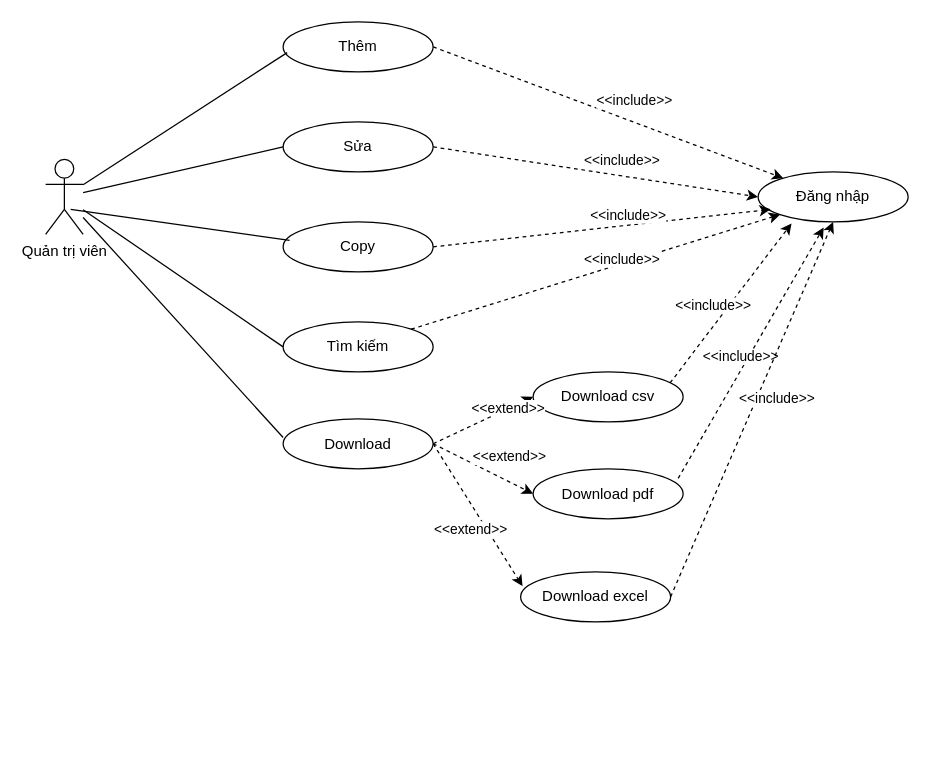
Above: Biểu đồ không có tiêu đề.drawio in V13tthnh/To-do-list-ReactJS (draw.io), before the change. Source tidied: cells renumbered, new cells numbered last; positions are measured from the earlier drawing's top-left corner, leaving out a move shared by most shapes. Both pictures are drawn from the tidied source at 125%, with x=0, y=0 at pixel (45, 21).
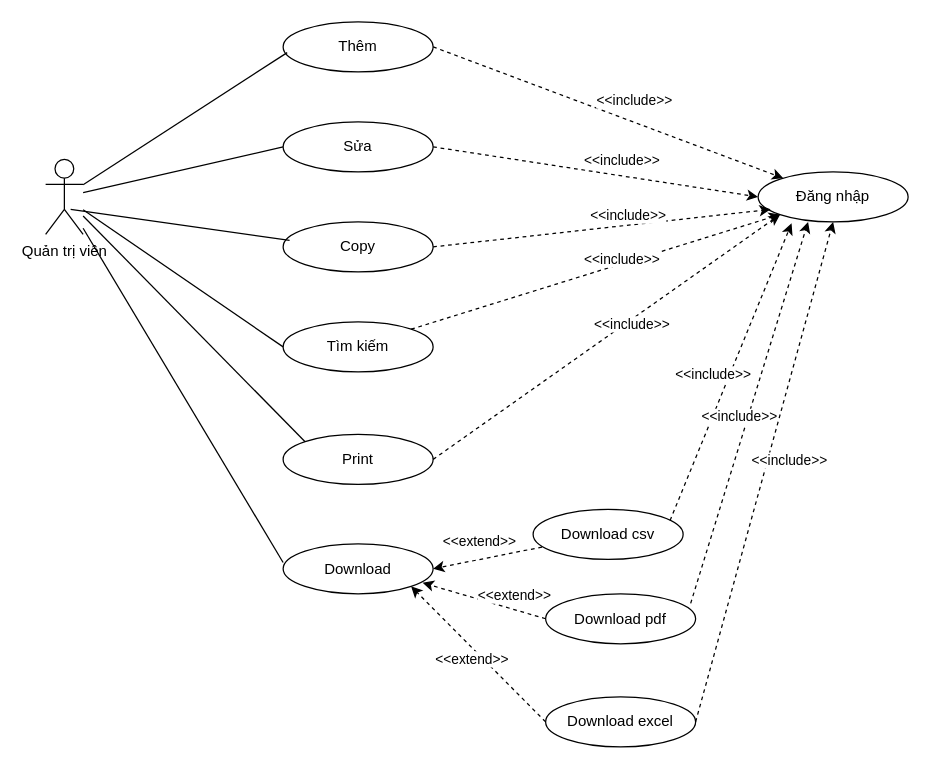
Above is the later version.

Commit message:
Cập nhật Biểu đồ không có tiêu đề.drawio

The change refers to these unchanged cells:
```xml
<mxCell id="2" value="Quản trị viên" style="shape=umlActor;verticalLabelPosition=bottom;verticalAlign=top;html=1;outlineConnect=0;" parent="1" vertex="1">
  <mxGeometry y="110" width="30" height="60" as="geometry" />
</mxCell>
<mxCell id="3" value="Đăng nhập" style="ellipse;whiteSpace=wrap;html=1;" parent="1" vertex="1">
  <mxGeometry x="570" y="120" width="120" height="40" as="geometry" />
</mxCell>
```

The edit, as a diff of the source:
```diff
@@
     <mxCell id="6" value="Download" style="ellipse;whiteSpace=wrap;html=1;" parent="1" vertex="1">
-      <mxGeometry x="190" y="317.5" width="120" height="40" as="geometry" />
+      <mxGeometry x="190" y="417.5" width="120" height="40" as="geometry" />
     </mxCell>
@@
     <mxCell id="11" value="Download csv" style="ellipse;whiteSpace=wrap;html=1;" parent="1" vertex="1">
-      <mxGeometry x="390" y="280" width="120" height="40" as="geometry" />
+      <mxGeometry x="390" y="390" width="120" height="40" as="geometry" />
     </mxCell>
     <mxCell id="12" value="Download excel" style="ellipse;whiteSpace=wrap;html=1;" parent="1" vertex="1">
-      <mxGeometry x="380" y="440" width="120" height="40" as="geometry" />
+      <mxGeometry x="400" y="540" width="120" height="40" as="geometry" />
     </mxCell>
     <mxCell id="13" value="Download pdf" style="ellipse;whiteSpace=wrap;html=1;" parent="1" vertex="1">
-      <mxGeometry x="390" y="357.5" width="120" height="40" as="geometry" />
+      <mxGeometry x="400" y="457.5" width="120" height="40" as="geometry" />
     </mxCell>
@@
-    <mxCell id="27" style="endArrow=classic;html=1;rounded=0;exitX=0.967;exitY=0.192;exitDx=0;exitDy=0;entryX=0.437;entryY=1.11;entryDx=0;entryDy=0;dashed=1;entryPerimeter=0;exitPerimeter=0;" parent="1" edge="1" source="13" target="3">
+    <mxCell id="27" style="endArrow=classic;html=1;rounded=0;exitX=0.967;exitY=0.192;exitDx=0;exitDy=0;entryX=0.333;entryY=1;entryDx=0;entryDy=0;dashed=1;entryPerimeter=0;exitPerimeter=0;" parent="1" edge="1" source="13" target="3">
       <mxGeometry relative="1" as="geometry" />
     </mxCell>
@@
-    <mxCell id="31" style="endArrow=classic;html=1;rounded=0;exitX=1;exitY=0.5;exitDx=0;exitDy=0;dashed=1;entryX=0;entryY=0.5;entryDx=0;entryDy=0;" parent="1" edge="1" source="6" target="11">
-      <mxGeometry relative="1" as="geometry" />
-    </mxCell>
-    <mxCell id="32" value="&amp;lt;&amp;lt;extend&amp;gt;&amp;gt;" style="edgeLabel;html=1;align=center;verticalAlign=middle;" parent="31" vertex="1">
-      <mxGeometry relative="1" as="geometry">
-        <mxPoint x="20" y="-10" as="offset" />
-      </mxGeometry>
-    </mxCell>
-    <mxCell id="33" style="endArrow=classic;html=1;rounded=0;exitX=1;exitY=0.5;exitDx=0;exitDy=0;dashed=1;entryX=0;entryY=0.5;entryDx=0;entryDy=0;" parent="1" edge="1" source="6" target="13">
+    <mxCell id="33" style="endArrow=classic;html=1;rounded=0;dashed=1;entryX=0.93;entryY=0.782;entryDx=0;entryDy=0;entryPerimeter=0;exitX=0;exitY=0.5;exitDx=0;exitDy=0;" parent="1" edge="1" source="13" target="6">
       <mxGeometry relative="1" as="geometry" />
     </mxCell>
     <mxCell id="34" value="&amp;lt;&amp;lt;extend&amp;gt;&amp;gt;" style="edgeLabel;html=1;align=center;verticalAlign=middle;" parent="33" vertex="1">
       <mxGeometry relative="1" as="geometry">
-        <mxPoint x="20" y="-10" as="offset" />
+        <mxPoint x="23" y="-5" as="offset" />
       </mxGeometry>
     </mxCell>
-    <mxCell id="35" style="endArrow=classic;html=1;rounded=0;exitX=1;exitY=0.5;exitDx=0;exitDy=0;dashed=1;entryX=0.013;entryY=0.287;entryDx=0;entryDy=0;entryPerimeter=0;" parent="1" edge="1" source="6" target="12">
+    <mxCell id="35" style="endArrow=classic;html=1;rounded=0;dashed=1;entryX=1;entryY=1;entryDx=0;entryDy=0;exitX=0;exitY=0.5;exitDx=0;exitDy=0;" parent="1" edge="1" source="12" target="6">
       <mxGeometry relative="1" as="geometry" />
     </mxCell>
     <mxCell id="36" value="&amp;lt;&amp;lt;extend&amp;gt;&amp;gt;" style="edgeLabel;html=1;align=center;verticalAlign=middle;" parent="35" vertex="1">
       <mxGeometry relative="1" as="geometry">
-        <mxPoint x="-6" y="11" as="offset" />
+        <mxPoint x="-6" y="3" as="offset" />
       </mxGeometry>
     </mxCell>
+    <mxCell id="37" style="endArrow=classic;html=1;rounded=0;dashed=1;entryX=1;entryY=0.5;entryDx=0;entryDy=0;exitX=0.059;exitY=0.754;exitDx=0;exitDy=0;exitPerimeter=0;" parent="1" edge="1" source="11" target="6">
+      <mxGeometry relative="1" as="geometry" />
+    </mxCell>
+    <mxCell id="32" value="&amp;lt;&amp;lt;extend&amp;gt;&amp;gt;" style="edgeLabel;html=1;align=center;verticalAlign=middle;" parent="37" vertex="1">
+      <mxGeometry relative="1" as="geometry">
+        <mxPoint x="-7" y="-13" as="offset" />
+      </mxGeometry>
+    </mxCell>
+    <mxCell id="38" value="Print" style="ellipse;whiteSpace=wrap;html=1;" parent="1" vertex="1">
+      <mxGeometry x="190" y="330" width="120" height="40" as="geometry" />
+    </mxCell>
+    <mxCell id="39" style="endArrow=none;html=1;rounded=0;exitX=0;exitY=0;exitDx=0;exitDy=0;" parent="1" edge="1" source="38" target="2">
+      <mxGeometry relative="1" as="geometry" />
+    </mxCell>
+    <mxCell id="40" style="endArrow=classic;html=1;rounded=0;exitX=1;exitY=0.5;exitDx=0;exitDy=0;entryX=0;entryY=1;entryDx=0;entryDy=0;dashed=1;" parent="1" edge="1" source="38" target="3">
+      <mxGeometry relative="1" as="geometry" />
+    </mxCell>
+    <mxCell id="41" value="&amp;lt;&amp;lt;include&amp;gt;&amp;gt;" style="edgeLabel;html=1;align=center;verticalAlign=middle;" parent="40" vertex="1">
+      <mxGeometry relative="1" as="geometry">
+        <mxPoint x="20" y="-10" as="offset" />
+      </mxGeometry>
+    </mxCell>
```
